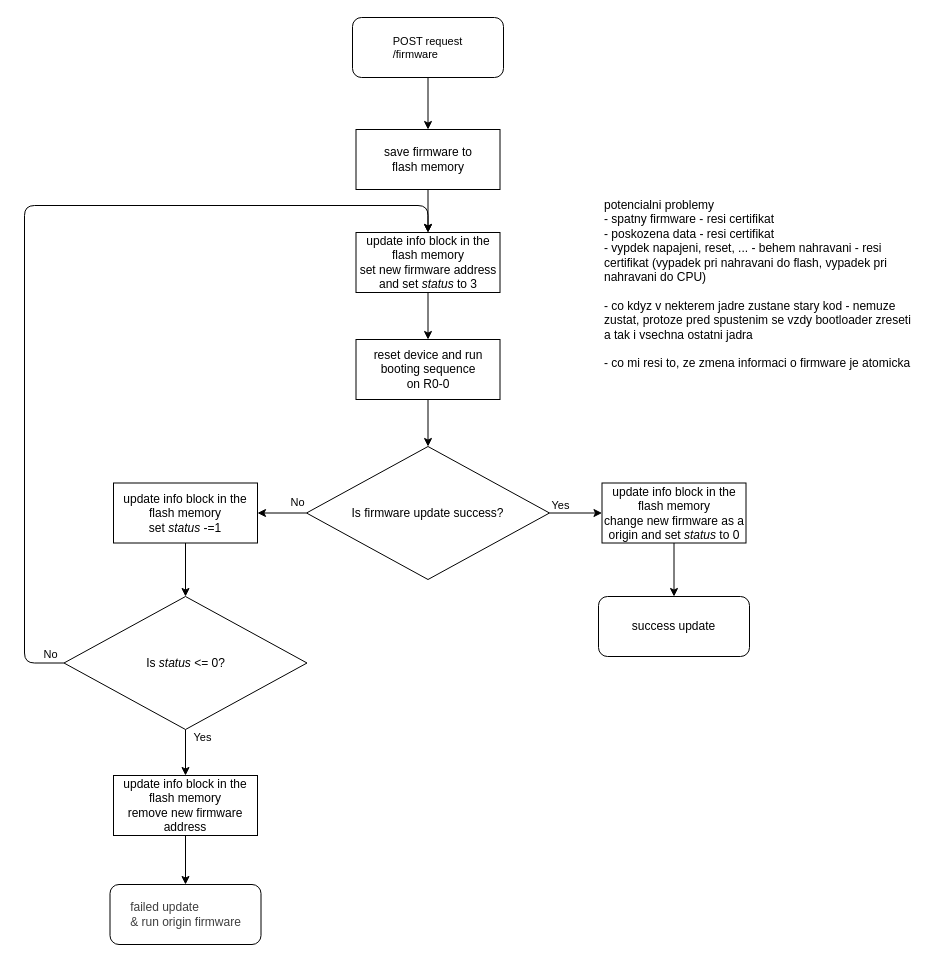
petrkucerak/diplom-thesis keeps this draw.io diagram as schematic/05-sw-flow-fimware-update.drawio. Above is the earlier version. Source tidied: cells renumbered, new cells numbered last; positions are measured from the earlier drawing's top-left corner, leaving out a move shared by most shapes. Both pictures are drawn from the tidied source at 100%, with x=0, y=0 at pixel (24, 17).
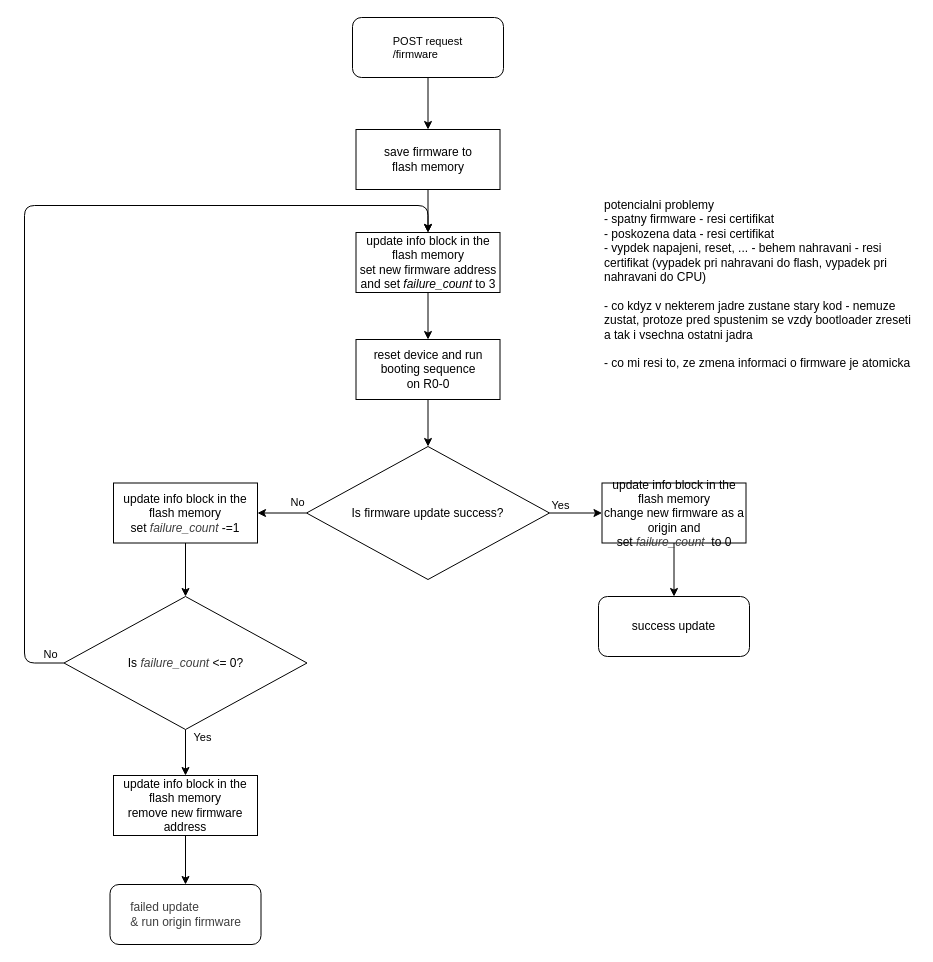
After the change.

Commit message (it also covers changes not shown here):
Update variable name satus -> failure_count

What changed in the source:
```diff
@@
-    <mxCell id="7" value="update info block in the flash memory&lt;div&gt;set new firmware address and set&amp;nbsp;&lt;i&gt;status &lt;/i&gt;to 3&lt;/div&gt;" style="rounded=0;whiteSpace=wrap;html=1;flipV=0;" parent="1" vertex="1">
+    <mxCell id="7" value="update info block in the flash memory&lt;div&gt;set new firmware address and set&amp;nbsp;&lt;i&gt;failure_count&amp;nbsp;&lt;/i&gt;to 3&lt;/div&gt;" style="rounded=0;whiteSpace=wrap;html=1;flipV=0;" parent="1" vertex="1">
       <mxGeometry x="331.5" y="215" width="144" height="60" as="geometry" />
     </mxCell>
@@
-    <mxCell id="16" value="update info block in the flash memory&lt;div&gt;change new firmware as a origin and set &lt;i&gt;status &lt;/i&gt;to 0&lt;/div&gt;" style="rounded=0;whiteSpace=wrap;html=1;" parent="1" vertex="1">
+    <mxCell id="16" value="update info block in the flash memory&lt;div&gt;change new firmware as a origin and set&amp;nbsp;&lt;i style=&quot;color: rgb(63, 63, 63);&quot;&gt;failure_count&amp;nbsp;&amp;nbsp;&lt;/i&gt;to 0&lt;/div&gt;" style="rounded=0;whiteSpace=wrap;html=1;" parent="1" vertex="1">
       <mxGeometry x="577.5" y="465.5" width="144" height="60" as="geometry" />
     </mxCell>
@@
-    <mxCell id="18" value="update info block in the flash memory&lt;div&gt;set &lt;i&gt;status &lt;/i&gt;-=1&lt;/div&gt;" style="rounded=0;whiteSpace=wrap;html=1;" parent="1" vertex="1">
+    <mxCell id="18" value="update info block in the flash memory&lt;div&gt;set&amp;nbsp;&lt;i style=&quot;color: rgb(63, 63, 63);&quot;&gt;failure_count&amp;nbsp;&lt;/i&gt;-=1&lt;/div&gt;" style="rounded=0;whiteSpace=wrap;html=1;" parent="1" vertex="1">
       <mxGeometry x="89" y="465.5" width="144" height="60" as="geometry" />
     </mxCell>
@@
-    <mxCell id="23" value="Is &lt;i&gt;status &lt;/i&gt;&amp;lt;= 0?" style="rhombus;whiteSpace=wrap;html=1;" parent="1" vertex="1">
+    <mxCell id="23" value="Is&amp;nbsp;&lt;i style=&quot;color: rgb(63, 63, 63);&quot;&gt;failure_count&amp;nbsp;&lt;/i&gt;&amp;lt;= 0?" style="rhombus;whiteSpace=wrap;html=1;" parent="1" vertex="1">
       <mxGeometry x="39.5" y="579" width="243" height="133" as="geometry" />
     </mxCell>
```
